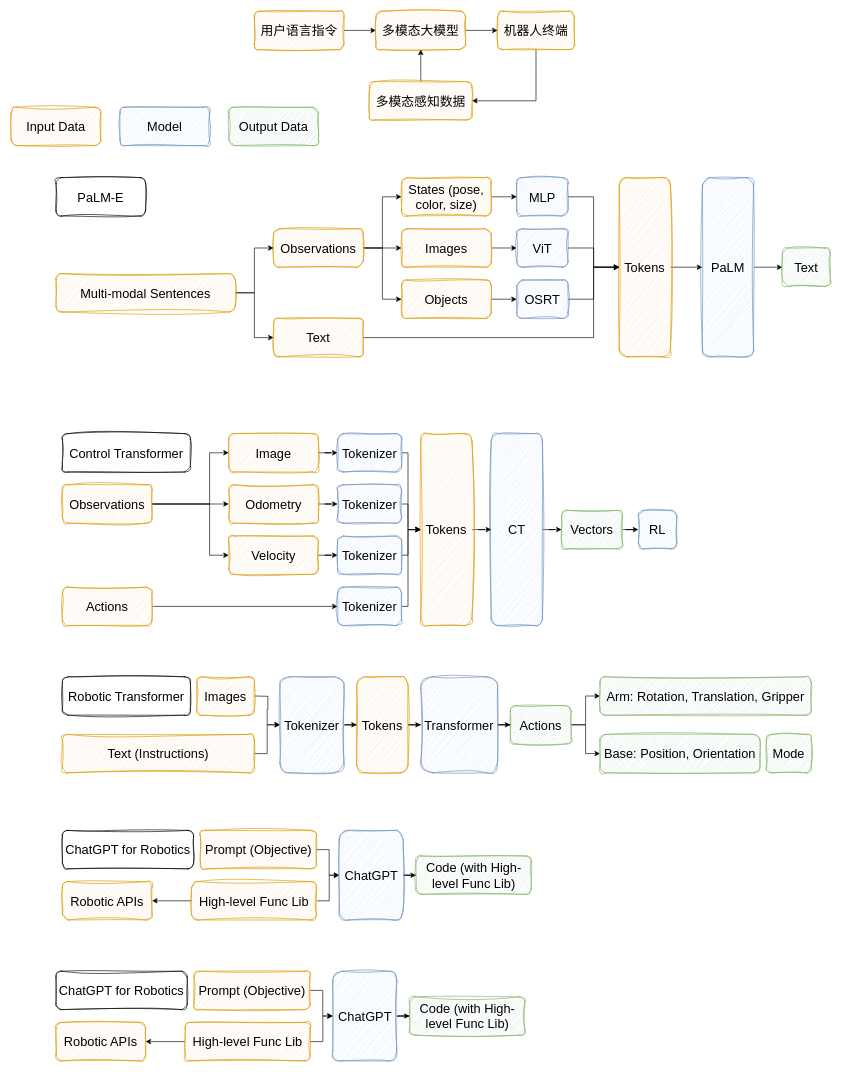
This is Untitled Diagram.drawio from ZiliangMiao/Multimodal_Large_Language_Model_Research, a draw.io file, before an edit. Source tidied: cells renumbered, new cells numbered last; positions are measured from the earlier drawing's top-left corner, leaving out a move shared by most shapes. Both pictures are drawn from the tidied source at 64%, with x=0, y=0 at pixel (11, 11).
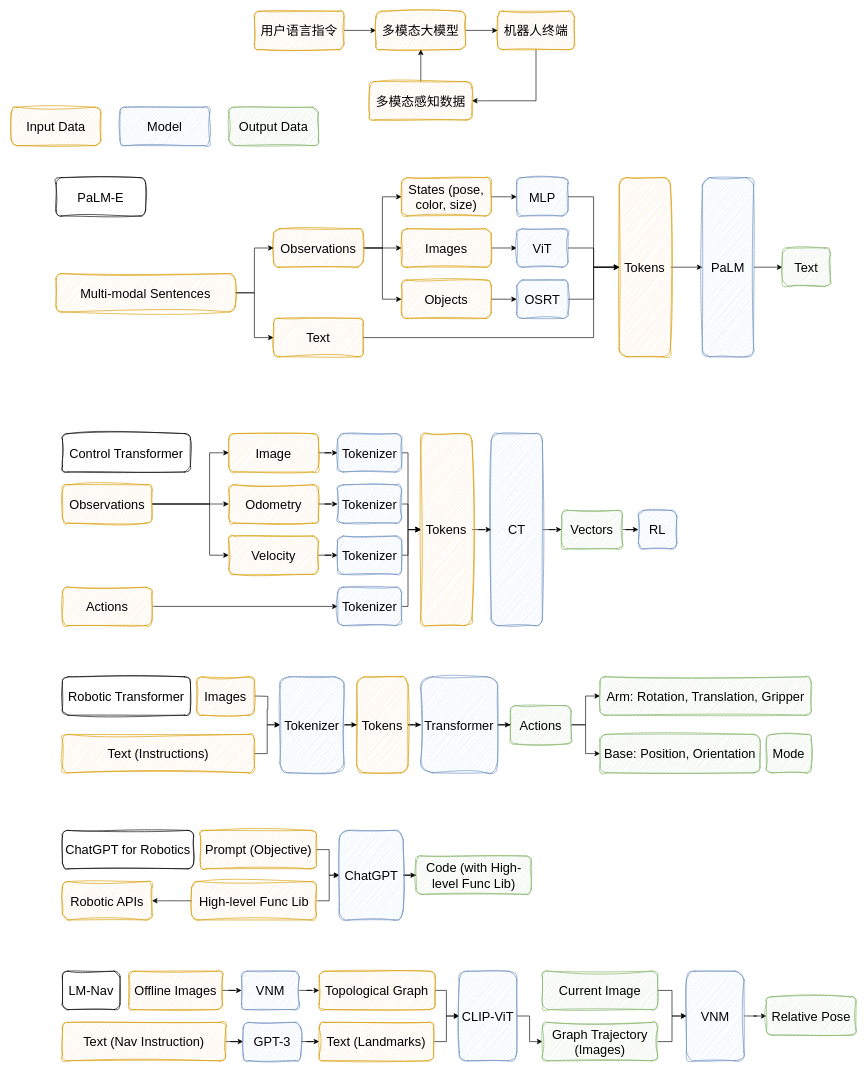
The same diagram, later.

What changed in the source:
```diff
@@
-    <mxCell id="95" style="edgeStyle=orthogonalEdgeStyle;rounded=0;jettySize=auto;html=1;" parent="1" edge="1" source="97" target="99">
-      <mxGeometry relative="1" as="geometry" />
-    </mxCell>
-    <mxCell id="96" style="edgeStyle=orthogonalEdgeStyle;rounded=0;jettySize=auto;html=1;" parent="1" edge="1" source="97" target="103">
-      <mxGeometry relative="1" as="geometry" />
-    </mxCell>
+    <mxCell id="105" style="edgeStyle=orthogonalEdgeStyle;rounded=0;jettySize=auto;html=1;" parent="1" edge="1" source="97" target="110">
+      <mxGeometry relative="1" as="geometry" />
+    </mxCell>
-    <mxCell id="97" value="&lt;font style=&quot;font-size: 20px;&quot;&gt;High-level Func Lib&lt;/font&gt;" style="rounded=1;whiteSpace=wrap;html=1;fillColor=#ffe6cc;strokeColor=#d79b00;sketch=1;curveFitting=1;jiggle=2;" parent="1" vertex="1">
-      <mxGeometry x="271.9" y="1580" width="195" height="60" as="geometry" />
+    <mxCell id="97" value="&lt;font style=&quot;font-size: 20px;&quot;&gt;Text (Nav Instruction)&lt;/font&gt;" style="rounded=1;whiteSpace=wrap;html=1;fillColor=#ffe6cc;strokeColor=#d79b00;sketch=1;curveFitting=1;jiggle=2;" parent="1" vertex="1">
+      <mxGeometry x="80" y="1580" width="255" height="60" as="geometry" />
     </mxCell>
-    <mxCell id="98" value="&lt;font style=&quot;font-size: 20px;&quot;&gt;ChatGPT for Robotics&lt;/font&gt;" style="rounded=1;whiteSpace=wrap;html=1;sketch=1;curveFitting=1;jiggle=2;" parent="1" vertex="1">
-      <mxGeometry x="70" y="1500" width="205" height="60" as="geometry" />
+    <mxCell id="98" value="&lt;font style=&quot;font-size: 20px;&quot;&gt;LM-Nav&lt;/font&gt;" style="rounded=1;whiteSpace=wrap;html=1;sketch=1;curveFitting=1;jiggle=2;" parent="1" vertex="1">
+      <mxGeometry x="80" y="1500" width="90" height="60" as="geometry" />
     </mxCell>
-    <mxCell id="99" value="&lt;font style=&quot;font-size: 20px;&quot;&gt;Robotic APIs&lt;/font&gt;" style="rounded=1;whiteSpace=wrap;html=1;fillColor=#ffe6cc;strokeColor=#d79b00;sketch=1;curveFitting=1;jiggle=2;" parent="1" vertex="1">
-      <mxGeometry x="70" y="1580" width="140" height="60" as="geometry" />
-    </mxCell>
-    <mxCell id="100" style="edgeStyle=orthogonalEdgeStyle;rounded=0;jettySize=auto;html=1;" parent="1" edge="1" source="101" target="103">
-      <mxGeometry relative="1" as="geometry" />
-    </mxCell>
+    <mxCell id="106" style="edgeStyle=orthogonalEdgeStyle;rounded=0;jettySize=auto;html=1;" parent="1" edge="1" source="101" target="114">
+      <mxGeometry relative="1" as="geometry" />
+    </mxCell>
-    <mxCell id="101" value="&lt;span style=&quot;font-size: 20px;&quot;&gt;Prompt (Objective)&lt;/span&gt;" style="rounded=1;whiteSpace=wrap;html=1;fillColor=#ffe6cc;strokeColor=#d79b00;sketch=1;curveFitting=1;jiggle=2;" parent="1" vertex="1">
-      <mxGeometry x="285.6" y="1500" width="181.2" height="60" as="geometry" />
+    <mxCell id="101" value="&lt;span style=&quot;font-size: 20px;&quot;&gt;Offline Images&lt;/span&gt;" style="rounded=1;whiteSpace=wrap;html=1;fillColor=#ffe6cc;strokeColor=#d79b00;sketch=1;curveFitting=1;jiggle=2;" parent="1" vertex="1">
+      <mxGeometry x="183.8" y="1500" width="146.2" height="60" as="geometry" />
     </mxCell>
-    <mxCell id="102" style="edgeStyle=orthogonalEdgeStyle;rounded=0;jettySize=auto;html=1;" parent="1" edge="1" source="103" target="104">
-      <mxGeometry relative="1" as="geometry" />
-    </mxCell>
-    <mxCell id="103" value="&lt;font style=&quot;font-size: 20px;&quot;&gt;ChatGPT&lt;/font&gt;" style="rounded=1;whiteSpace=wrap;html=1;fillColor=#dae8fc;strokeColor=#6c8ebf;sketch=1;curveFitting=1;jiggle=2;" parent="1" vertex="1">
-      <mxGeometry x="502.5" y="1500" width="100" height="140" as="geometry" />
-    </mxCell>
-    <mxCell id="104" value="&lt;span style=&quot;font-size: 20px;&quot;&gt;Code (with High-level Func Lib)&lt;/span&gt;" style="rounded=1;whiteSpace=wrap;html=1;fillColor=#d5e8d4;strokeColor=#82b366;sketch=1;curveFitting=1;jiggle=2;" parent="1" vertex="1">
-      <mxGeometry x="622.5" y="1540" width="180" height="60" as="geometry" />
-    </mxCell>
+    <mxCell id="107" style="edgeStyle=orthogonalEdgeStyle;rounded=0;jettySize=auto;html=1;" parent="1" edge="1" source="108" target="116">
+      <mxGeometry relative="1" as="geometry">
+        <Array as="points">
+          <mxPoint x="680" y="1530" />
+          <mxPoint x="680" y="1570" />
+        </Array>
+      </mxGeometry>
+    </mxCell>
+    <mxCell id="108" value="&lt;span style=&quot;font-size: 20px;&quot;&gt;Topological Graph&lt;/span&gt;" style="rounded=1;whiteSpace=wrap;html=1;fillColor=#ffe6cc;strokeColor=#d79b00;sketch=1;curveFitting=1;jiggle=2;" parent="1" vertex="1">
+      <mxGeometry x="481.2" y="1500" width="181.2" height="60" as="geometry" />
+    </mxCell>
+    <mxCell id="109" style="edgeStyle=orthogonalEdgeStyle;rounded=0;jettySize=auto;html=1;" parent="1" edge="1" source="110" target="112">
+      <mxGeometry relative="1" as="geometry" />
+    </mxCell>
+    <mxCell id="110" value="&lt;font style=&quot;font-size: 20px;&quot;&gt;GPT-3&lt;/font&gt;" style="rounded=1;whiteSpace=wrap;html=1;fillColor=#dae8fc;strokeColor=#6c8ebf;sketch=1;curveFitting=1;jiggle=2;" parent="1" vertex="1">
+      <mxGeometry x="362.5" y="1580" width="90" height="60" as="geometry" />
+    </mxCell>
+    <mxCell id="111" style="edgeStyle=orthogonalEdgeStyle;rounded=0;jettySize=auto;html=1;" parent="1" edge="1" source="112" target="116">
+      <mxGeometry relative="1" as="geometry">
+        <Array as="points">
+          <mxPoint x="680" y="1610" />
+          <mxPoint x="680" y="1570" />
+        </Array>
+      </mxGeometry>
+    </mxCell>
+    <mxCell id="112" value="&lt;font style=&quot;font-size: 20px;&quot;&gt;Text (Landmarks)&lt;/font&gt;" style="rounded=1;whiteSpace=wrap;html=1;fillColor=#ffe6cc;strokeColor=#d79b00;sketch=1;curveFitting=1;jiggle=2;" parent="1" vertex="1">
+      <mxGeometry x="481.2" y="1580" width="178.8" height="60" as="geometry" />
+    </mxCell>
+    <mxCell id="113" style="edgeStyle=orthogonalEdgeStyle;rounded=0;jettySize=auto;html=1;" parent="1" edge="1" source="114" target="108">
+      <mxGeometry relative="1" as="geometry" />
+    </mxCell>
+    <mxCell id="114" value="&lt;span style=&quot;font-size: 20px;&quot;&gt;VNM&lt;/span&gt;" style="rounded=1;whiteSpace=wrap;html=1;fillColor=#dae8fc;strokeColor=#6c8ebf;sketch=1;curveFitting=1;jiggle=2;" parent="1" vertex="1">
+      <mxGeometry x="360" y="1500" width="90" height="60" as="geometry" />
+    </mxCell>
+    <mxCell id="115" style="edgeStyle=orthogonalEdgeStyle;rounded=0;jettySize=auto;html=1;" parent="1" edge="1" source="116" target="118">
+      <mxGeometry relative="1" as="geometry" />
+    </mxCell>
+    <mxCell id="116" value="&lt;span style=&quot;font-size: 20px;&quot;&gt;CLIP-ViT&lt;/span&gt;" style="rounded=1;whiteSpace=wrap;html=1;fillColor=#dae8fc;strokeColor=#6c8ebf;sketch=1;curveFitting=1;jiggle=2;" parent="1" vertex="1">
+      <mxGeometry x="700" y="1500" width="90" height="140" as="geometry" />
+    </mxCell>
+    <mxCell id="117" style="edgeStyle=orthogonalEdgeStyle;rounded=0;jettySize=auto;html=1;" parent="1" edge="1" source="118" target="122">
+      <mxGeometry relative="1" as="geometry" />
+    </mxCell>
+    <mxCell id="118" value="&lt;span style=&quot;font-size: 20px;&quot;&gt;Graph Trajectory (Images)&lt;/span&gt;" style="rounded=1;whiteSpace=wrap;html=1;fillColor=#d5e8d4;strokeColor=#82b366;sketch=1;curveFitting=1;jiggle=2;" parent="1" vertex="1">
+      <mxGeometry x="830" y="1580" width="180" height="60" as="geometry" />
+    </mxCell>
+    <mxCell id="119" style="edgeStyle=orthogonalEdgeStyle;rounded=0;jettySize=auto;html=1;" parent="1" edge="1" source="120" target="122">
+      <mxGeometry relative="1" as="geometry" />
+    </mxCell>
+    <mxCell id="120" value="&lt;span style=&quot;font-size: 20px;&quot;&gt;Current Image&lt;/span&gt;" style="rounded=1;whiteSpace=wrap;html=1;fillColor=#d5e8d4;strokeColor=#82b366;sketch=1;curveFitting=1;jiggle=2;" parent="1" vertex="1">
+      <mxGeometry x="830" y="1500" width="180" height="60" as="geometry" />
+    </mxCell>
+    <mxCell id="121" style="edgeStyle=orthogonalEdgeStyle;rounded=0;jettySize=auto;html=1;" parent="1" edge="1" source="122" target="123">
+      <mxGeometry relative="1" as="geometry" />
+    </mxCell>
+    <mxCell id="122" value="&lt;span style=&quot;font-size: 20px;&quot;&gt;VNM&lt;/span&gt;" style="rounded=1;whiteSpace=wrap;html=1;fillColor=#dae8fc;strokeColor=#6c8ebf;sketch=1;curveFitting=1;jiggle=2;" parent="1" vertex="1">
+      <mxGeometry x="1055" y="1500" width="90" height="140" as="geometry" />
+    </mxCell>
+    <mxCell id="123" value="&lt;span style=&quot;font-size: 20px;&quot;&gt;Relative Pose&lt;/span&gt;" style="rounded=1;whiteSpace=wrap;html=1;fillColor=#d5e8d4;strokeColor=#82b366;sketch=1;curveFitting=1;jiggle=2;" parent="1" vertex="1">
+      <mxGeometry x="1180" y="1540" width="140" height="60" as="geometry" />
+    </mxCell>
```
